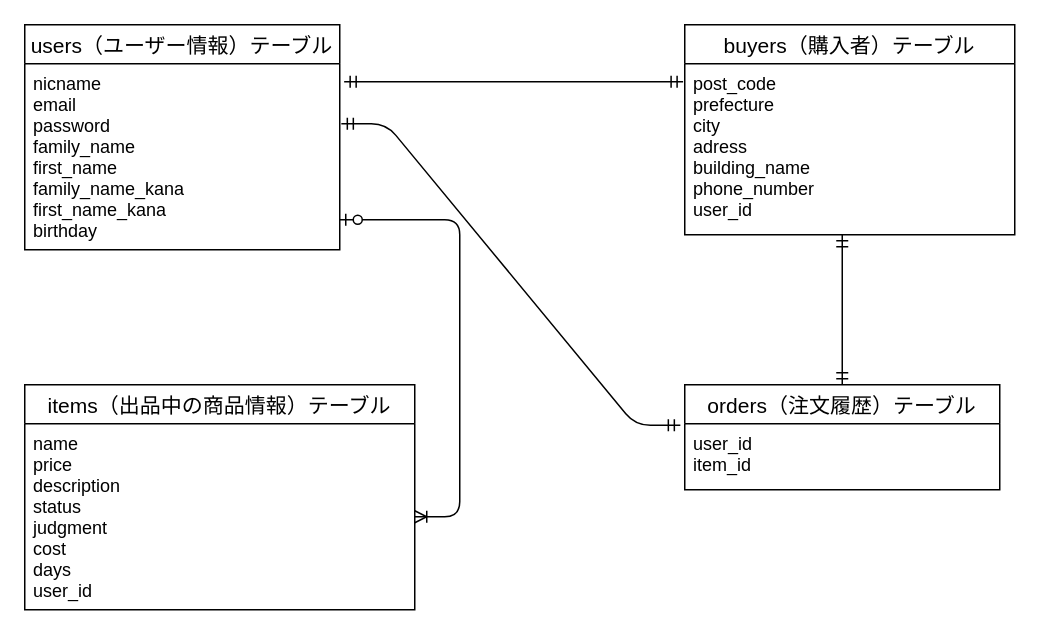
kyohei03/original-34579 keeps this draw.io diagram as ER.dio. Above is the earlier version. Source tidied: cells renumbered, new cells numbered last; positions are measured from the earlier drawing's top-left corner, leaving out a move shared by most shapes. Both pictures are drawn from the tidied source at 150%, with x=0, y=0 at pixel (24, 24).
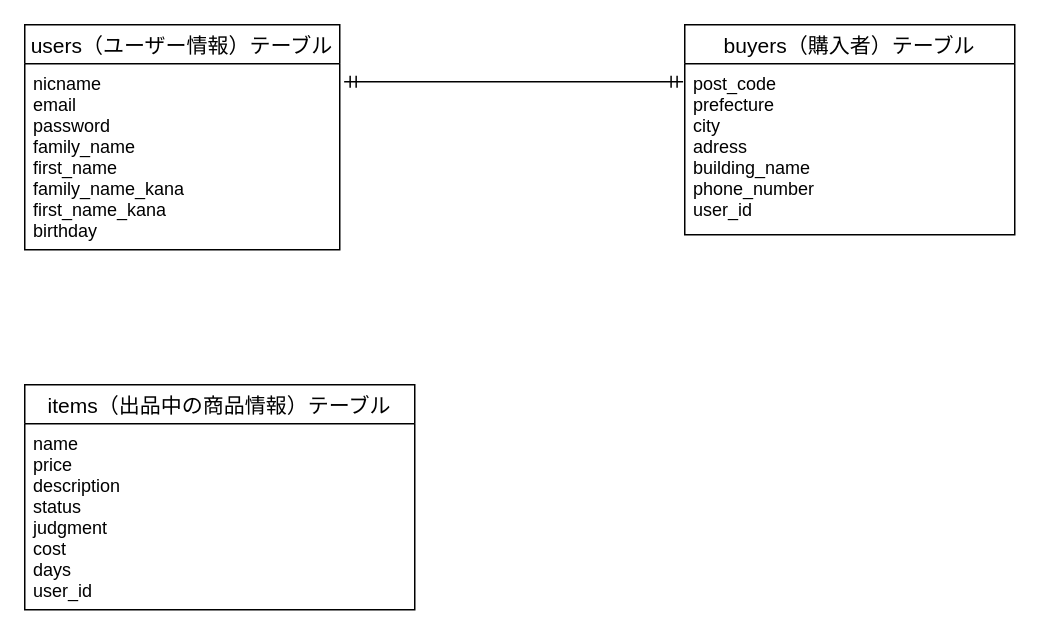
The same diagram, later.

Change to the diagram source:
```diff
@@
 <mxGraphModel>
   <root>
     <mxCell id="0" />
     <mxCell id="1" parent="0" />
     <mxCell id="2" value="users（ユーザー情報）テーブル" style="swimlane;fontStyle=0;horizontal=1;startSize=26;align=center;fontSize=14;" parent="1" vertex="1">
       <mxGeometry width="210" height="150" as="geometry" />
     </mxCell>
     <mxCell id="3" value="nicname&#10;email&#10;password&#10;family_name&#10;first_name&#10;family_name_kana&#10;first_name_kana&#10;birthday&#10;&#10;&#10;&#10;" style="text;strokeColor=none;fillColor=none;spacingLeft=4;spacingRight=4;overflow=hidden;points=[[0,0.5],[1,0.5]];portConstraint=eastwest;fontSize=12;" parent="2" vertex="1">
       <mxGeometry y="26" width="210" height="124" as="geometry" />
     </mxCell>
     <mxCell id="4" value="buyers（購入者）テーブル" style="swimlane;fontStyle=0;horizontal=1;startSize=26;align=center;fontSize=14;" parent="1" vertex="1">
       <mxGeometry x="440" width="220" height="140" as="geometry" />
     </mxCell>
     <mxCell id="5" value="post_code&#10;prefecture&#10;city&#10;adress&#10;building_name&#10;phone_number&#10;user_id" style="text;strokeColor=none;fillColor=none;spacingLeft=4;spacingRight=4;overflow=hidden;points=[[0,0.5],[1,0.5]];portConstraint=eastwest;fontSize=12;" parent="4" vertex="1">
       <mxGeometry y="26" width="220" height="114" as="geometry" />
     </mxCell>
     <mxCell id="6" value="items（出品中の商品情報）テーブル" style="swimlane;fontStyle=0;horizontal=1;startSize=26;align=center;fontSize=14;" parent="1" vertex="1">
       <mxGeometry y="240" width="260" height="150" as="geometry" />
     </mxCell>
     <mxCell id="7" value="name&#10;price&#10;description&#10;status&#10;judgment&#10;cost&#10;days&#10;user_id&#10;" style="text;strokeColor=none;fillColor=none;spacingLeft=4;spacingRight=4;overflow=hidden;points=[[0,0.5],[1,0.5]];portConstraint=eastwest;fontSize=12;" parent="6" vertex="1">
       <mxGeometry y="26" width="260" height="124" as="geometry" />
     </mxCell>
     <mxCell id="8" style="line;strokeWidth=1;dashed=0;labelPosition=right;align=left;verticalAlign=middle;spacingTop=0;spacingLeft=6;" parent="1" vertex="1">
       <mxGeometry x="380" y="290" width="60" as="geometry" />
     </mxCell>
-    <mxCell id="9" value="orders（注文履歴）テーブル" style="swimlane;fontStyle=0;horizontal=1;startSize=26;align=center;fontSize=14;" parent="1" vertex="1">
-      <mxGeometry x="440" y="240" width="210" height="70" as="geometry" />
-    </mxCell>
-    <mxCell id="10" value="user_id&#10;item_id" style="text;strokeColor=none;fillColor=none;spacingLeft=4;spacingRight=4;overflow=hidden;points=[[0,0.5],[1,0.5]];portConstraint=eastwest;fontSize=12;" parent="9" vertex="1">
-      <mxGeometry y="26" width="210" height="44" as="geometry" />
-    </mxCell>
-    <mxCell id="11" style="edgeStyle=orthogonalEdgeStyle;rounded=0;orthogonalLoop=1;jettySize=auto;html=1;exitX=1;exitY=0.5;exitDx=0;exitDy=0;" parent="9" edge="1" source="10" target="10">
-      <mxGeometry relative="1" as="geometry" />
-    </mxCell>
-    <mxCell id="12" style="edgeStyle=entityRelationEdgeStyle;fontSize=12;html=1;endArrow=ERoneToMany;startArrow=ERzeroToOne;exitX=1;exitY=0.839;exitDx=0;exitDy=0;exitPerimeter=0;" parent="1" edge="1" source="3" target="7">
-      <mxGeometry relative="1" as="geometry" />
-    </mxCell>
-    <mxCell id="13" style="edgeStyle=entityRelationEdgeStyle;fontSize=12;html=1;endArrow=ERmandOne;startArrow=ERmandOne;exitX=1.005;exitY=0.323;exitDx=0;exitDy=0;exitPerimeter=0;entryX=-0.014;entryY=0.023;entryDx=0;entryDy=0;entryPerimeter=0;" parent="1" edge="1" source="3" target="10">
-      <mxGeometry relative="1" as="geometry" />
-    </mxCell>
     <mxCell id="14" style="edgeStyle=entityRelationEdgeStyle;fontSize=12;html=1;endArrow=ERmandOne;startArrow=ERmandOne;exitX=1.014;exitY=0.097;exitDx=0;exitDy=0;exitPerimeter=0;entryX=-0.005;entryY=0.105;entryDx=0;entryDy=0;entryPerimeter=0;" parent="1" edge="1" source="3" target="5">
       <mxGeometry relative="1" as="geometry" />
     </mxCell>
-    <mxCell id="15" style="fontSize=12;html=1;endArrow=ERmandOne;startArrow=ERmandOne;" parent="1" edge="1" target="9">
-      <mxGeometry relative="1" as="geometry">
-        <mxPoint x="545" y="140" as="sourcePoint" />
-      </mxGeometry>
-    </mxCell>
   </root>
 </mxGraphModel>
```
